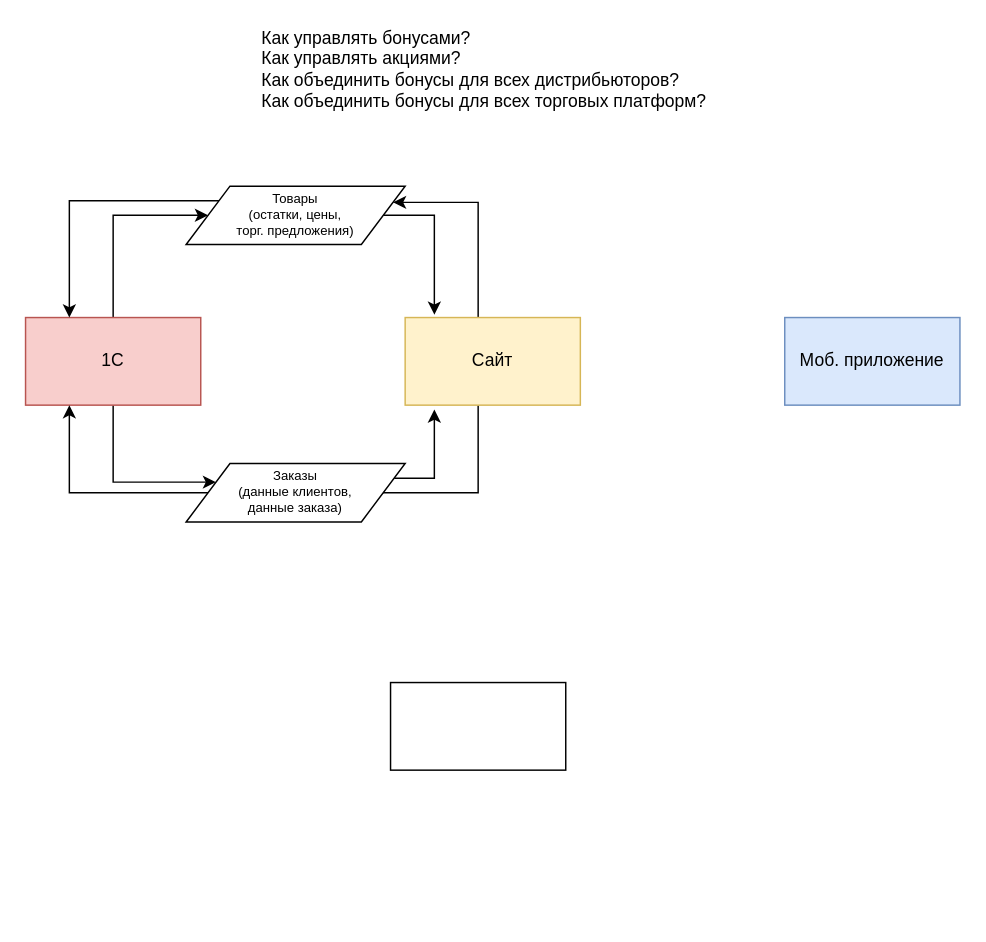
Above: Untitled Diagram.drawio in prgrant/draw.io (draw.io), before the change. Source tidied: cells renumbered, new cells numbered last; positions are measured from the earlier drawing's top-left corner, leaving out a move shared by most shapes. Both pictures are drawn from the tidied source at 146%, with x=0, y=0 at pixel (25, 25).
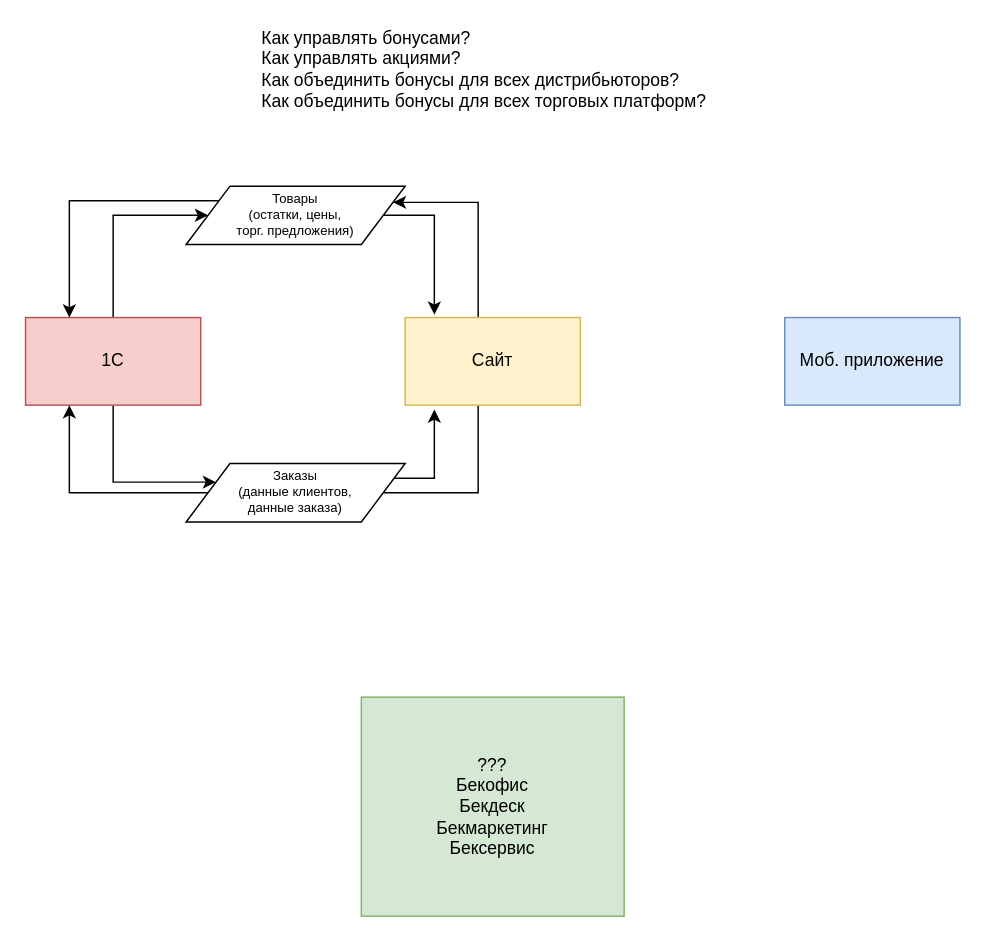
The same diagram, later.

Change to the diagram source:
```diff
@@
-    <mxCell id="16" style="rounded=0;whiteSpace=wrap;html=1;fontSize=9;" parent="1" vertex="1">
-      <mxGeometry x="250" y="450" width="120" height="60" as="geometry" />
+    <mxCell id="16" value="???&lt;br style=&quot;font-size: 12px;&quot;&gt;Бекофис&lt;br style=&quot;font-size: 12px;&quot;&gt;Бекдеск&lt;br style=&quot;font-size: 12px;&quot;&gt;Бекмаркетинг&lt;br style=&quot;font-size: 12px;&quot;&gt;Бексервис" style="rounded=0;whiteSpace=wrap;html=1;fontSize=12;fillColor=#d5e8d4;strokeColor=#82b366;" parent="1" vertex="1">
+      <mxGeometry x="230" y="460" width="180" height="150" as="geometry" />
     </mxCell>
```
